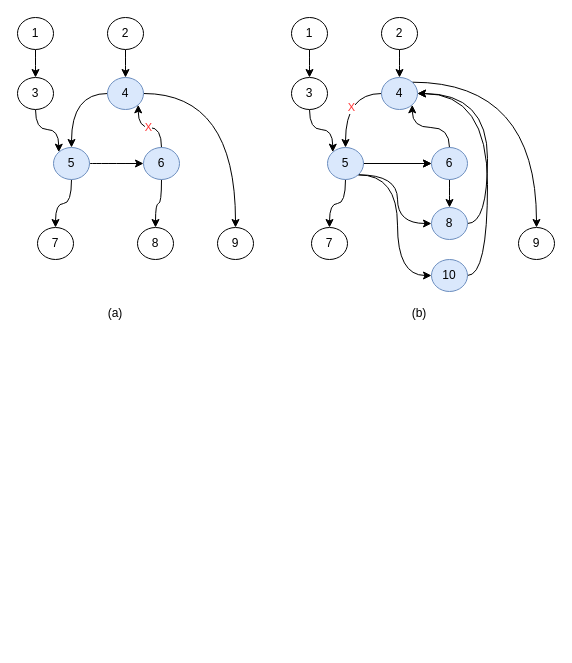
The draw.io diagram page "第 2 页" (2 of 2) of verilator_digrams/专用硬件2_10.drawio in Dercury/CLDK, before the edit. Source tidied: cells renumbered, new cells numbered last; positions are measured from the earlier drawing's top-left corner, leaving out a move shared by most shapes. Both pictures are drawn from the tidied source at 100%, with x=0, y=0 at pixel (17, 17).
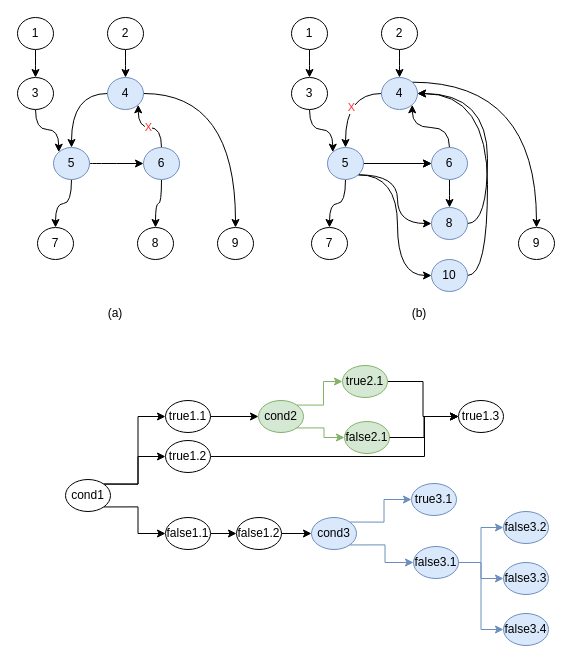
The same page after the edit.

Commit message:
更新专用硬件2_10.drawio

What changed in the source:
```diff
@@
+    <mxCell id="46" style="edgeStyle=orthogonalEdgeStyle;rounded=0;jettySize=auto;html=1;exitX=1;exitY=0;exitDx=0;exitDy=0;entryX=0;entryY=0.5;entryDx=0;entryDy=0;" parent="1" edge="1" source="49" target="50">
+      <mxGeometry relative="1" as="geometry" />
+    </mxCell>
+    <mxCell id="47" style="edgeStyle=orthogonalEdgeStyle;rounded=0;jettySize=auto;html=1;exitX=1;exitY=1;exitDx=0;exitDy=0;entryX=0;entryY=0.5;entryDx=0;entryDy=0;" parent="1" edge="1" source="49" target="55">
+      <mxGeometry relative="1" as="geometry" />
+    </mxCell>
+    <mxCell id="48" style="edgeStyle=orthogonalEdgeStyle;rounded=0;jettySize=auto;html=1;exitX=1;exitY=0;exitDx=0;exitDy=0;entryX=0;entryY=0.5;entryDx=0;entryDy=0;" parent="1" edge="1" source="49" target="53">
+      <mxGeometry relative="1" as="geometry" />
+    </mxCell>
+    <mxCell id="49" value="cond1" style="ellipse;whiteSpace=wrap;html=1;" parent="1" vertex="1">
+      <mxGeometry x="48" y="462" width="45" height="32" as="geometry" />
+    </mxCell>
+    <mxCell id="50" value="true1.1" style="ellipse;whiteSpace=wrap;html=1;" parent="1" vertex="1">
+      <mxGeometry x="148" y="383" width="45" height="32" as="geometry" />
+    </mxCell>
+    <mxCell id="51" style="edgeStyle=orthogonalEdgeStyle;rounded=0;jettySize=auto;html=1;exitX=1;exitY=0.5;exitDx=0;exitDy=0;entryX=0;entryY=0.5;entryDx=0;entryDy=0;" parent="1" edge="1" source="50" target="59">
+      <mxGeometry relative="1" as="geometry" />
+    </mxCell>
+    <mxCell id="52" style="edgeStyle=orthogonalEdgeStyle;rounded=0;jettySize=auto;html=1;exitX=1;exitY=0.5;exitDx=0;exitDy=0;entryX=0;entryY=0.5;entryDx=0;entryDy=0;" parent="1" edge="1" source="53" target="75">
+      <mxGeometry relative="1" as="geometry">
+        <Array as="points">
+          <mxPoint x="407" y="439" />
+          <mxPoint x="407" y="399" />
+        </Array>
+      </mxGeometry>
+    </mxCell>
+    <mxCell id="53" value="true1.2" style="ellipse;whiteSpace=wrap;html=1;" parent="1" vertex="1">
+      <mxGeometry x="148" y="423" width="45" height="32" as="geometry" />
+    </mxCell>
+    <mxCell id="54" style="edgeStyle=orthogonalEdgeStyle;rounded=0;jettySize=auto;html=1;exitX=1;exitY=0.5;exitDx=0;exitDy=0;entryX=0;entryY=0.5;entryDx=0;entryDy=0;" parent="1" edge="1" source="55" target="57">
+      <mxGeometry relative="1" as="geometry" />
+    </mxCell>
+    <mxCell id="55" value="false1.1" style="ellipse;whiteSpace=wrap;html=1;" parent="1" vertex="1">
+      <mxGeometry x="148" y="500" width="45" height="32" as="geometry" />
+    </mxCell>
+    <mxCell id="56" style="edgeStyle=orthogonalEdgeStyle;rounded=0;jettySize=auto;html=1;exitX=1;exitY=0.5;exitDx=0;exitDy=0;" parent="1" edge="1" source="57" target="65">
+      <mxGeometry relative="1" as="geometry" />
+    </mxCell>
+    <mxCell id="57" value="false1.2" style="ellipse;whiteSpace=wrap;html=1;" parent="1" vertex="1">
+      <mxGeometry x="219" y="500" width="45" height="32" as="geometry" />
+    </mxCell>
+    <mxCell id="58" style="edgeStyle=orthogonalEdgeStyle;rounded=0;jettySize=auto;html=1;exitX=1;exitY=0;exitDx=0;exitDy=0;entryX=0;entryY=0.5;entryDx=0;entryDy=0;fillColor=#d5e8d4;strokeColor=#82b366;" parent="1" edge="1" source="59" target="61">
+      <mxGeometry relative="1" as="geometry" />
+    </mxCell>
+    <mxCell id="59" value="cond2" style="ellipse;whiteSpace=wrap;html=1;fillColor=#d5e8d4;strokeColor=#82b366;" parent="1" vertex="1">
+      <mxGeometry x="241" y="383" width="45" height="32" as="geometry" />
+    </mxCell>
+    <mxCell id="60" style="edgeStyle=orthogonalEdgeStyle;rounded=0;jettySize=auto;html=1;exitX=1;exitY=0.5;exitDx=0;exitDy=0;entryX=0;entryY=0.5;entryDx=0;entryDy=0;" parent="1" edge="1" source="61" target="75">
+      <mxGeometry relative="1" as="geometry" />
+    </mxCell>
+    <mxCell id="61" value="true2.1" style="ellipse;whiteSpace=wrap;html=1;fillColor=#d5e8d4;strokeColor=#82b366;" parent="1" vertex="1">
+      <mxGeometry x="325" y="348" width="45" height="32" as="geometry" />
+    </mxCell>
+    <mxCell id="62" value="false2.1" style="ellipse;whiteSpace=wrap;html=1;fillColor=#d5e8d4;strokeColor=#82b366;" parent="1" vertex="1">
+      <mxGeometry x="327" y="404" width="45" height="32" as="geometry" />
+    </mxCell>
+    <mxCell id="63" style="edgeStyle=orthogonalEdgeStyle;rounded=0;jettySize=auto;html=1;exitX=1;exitY=1;exitDx=0;exitDy=0;entryX=0;entryY=0.5;entryDx=0;entryDy=0;fillColor=#d5e8d4;strokeColor=#82b366;" parent="1" edge="1" source="59" target="62">
+      <mxGeometry relative="1" as="geometry" />
+    </mxCell>
+    <mxCell id="64" style="edgeStyle=orthogonalEdgeStyle;rounded=0;jettySize=auto;html=1;exitX=1;exitY=0;exitDx=0;exitDy=0;entryX=0;entryY=0.5;entryDx=0;entryDy=0;fillColor=#dae8fc;strokeColor=#6c8ebf;" parent="1" edge="1" source="65" target="66">
+      <mxGeometry relative="1" as="geometry" />
+    </mxCell>
+    <mxCell id="65" value="cond3" style="ellipse;whiteSpace=wrap;html=1;fillColor=#dae8fc;strokeColor=#6c8ebf;" parent="1" vertex="1">
+      <mxGeometry x="294" y="500" width="45" height="32" as="geometry" />
+    </mxCell>
+    <mxCell id="66" value="true3.1" style="ellipse;whiteSpace=wrap;html=1;fillColor=#dae8fc;strokeColor=#6c8ebf;" parent="1" vertex="1">
+      <mxGeometry x="394" y="466" width="45" height="32" as="geometry" />
+    </mxCell>
+    <mxCell id="67" style="edgeStyle=orthogonalEdgeStyle;rounded=0;jettySize=auto;html=1;exitX=1;exitY=0.5;exitDx=0;exitDy=0;entryX=0;entryY=0.5;entryDx=0;entryDy=0;fillColor=#dae8fc;strokeColor=#6c8ebf;" parent="1" edge="1" source="70" target="72">
+      <mxGeometry relative="1" as="geometry" />
+    </mxCell>
+    <mxCell id="68" style="edgeStyle=orthogonalEdgeStyle;rounded=0;jettySize=auto;html=1;exitX=1;exitY=0.5;exitDx=0;exitDy=0;fillColor=#dae8fc;strokeColor=#6c8ebf;" parent="1" edge="1" source="70" target="73">
+      <mxGeometry relative="1" as="geometry" />
+    </mxCell>
+    <mxCell id="69" style="edgeStyle=orthogonalEdgeStyle;rounded=0;jettySize=auto;html=1;exitX=1;exitY=0.5;exitDx=0;exitDy=0;entryX=0;entryY=0.5;entryDx=0;entryDy=0;fillColor=#dae8fc;strokeColor=#6c8ebf;" parent="1" edge="1" source="70" target="74">
+      <mxGeometry relative="1" as="geometry" />
+    </mxCell>
+    <mxCell id="70" value="false3.1" style="ellipse;whiteSpace=wrap;html=1;fillColor=#dae8fc;strokeColor=#6c8ebf;" parent="1" vertex="1">
+      <mxGeometry x="396" y="529" width="45" height="32" as="geometry" />
+    </mxCell>
+    <mxCell id="71" style="edgeStyle=orthogonalEdgeStyle;rounded=0;jettySize=auto;html=1;exitX=1;exitY=1;exitDx=0;exitDy=0;entryX=0;entryY=0.5;entryDx=0;entryDy=0;fillColor=#dae8fc;strokeColor=#6c8ebf;" parent="1" edge="1" source="65" target="70">
+      <mxGeometry relative="1" as="geometry" />
+    </mxCell>
+    <mxCell id="72" value="false3.2" style="ellipse;whiteSpace=wrap;html=1;fillColor=#dae8fc;strokeColor=#6c8ebf;" parent="1" vertex="1">
+      <mxGeometry x="486" y="494" width="45" height="32" as="geometry" />
+    </mxCell>
+    <mxCell id="73" value="false3.3" style="ellipse;whiteSpace=wrap;html=1;fillColor=#dae8fc;strokeColor=#6c8ebf;" parent="1" vertex="1">
+      <mxGeometry x="486" y="545" width="45" height="32" as="geometry" />
+    </mxCell>
+    <mxCell id="74" value="false3.4" style="ellipse;whiteSpace=wrap;html=1;fillColor=#dae8fc;strokeColor=#6c8ebf;" parent="1" vertex="1">
+      <mxGeometry x="486" y="596" width="45" height="32" as="geometry" />
+    </mxCell>
+    <mxCell id="75" value="true1.3" style="ellipse;whiteSpace=wrap;html=1;" parent="1" vertex="1">
+      <mxGeometry x="441" y="383" width="45" height="32" as="geometry" />
+    </mxCell>
+    <mxCell id="76" style="edgeStyle=orthogonalEdgeStyle;rounded=0;jettySize=auto;html=1;exitX=1;exitY=0.5;exitDx=0;exitDy=0;" parent="1" edge="1" source="62" target="75">
+      <mxGeometry relative="1" as="geometry" />
+    </mxCell>
```
